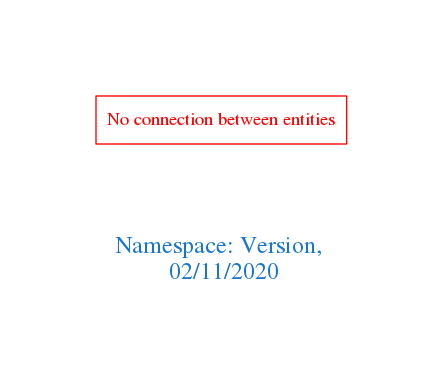
Before: downloads/Version.png, a diagram exported from Graphviz (arago/OGIT). Its source is kept beside it as downloads/Version.dot.
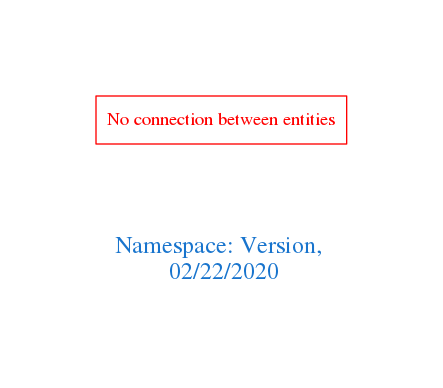
After the commit.

The edit, as a diff of the source:
```diff
@@ -1,7 +1,7 @@
 digraph OGIT_ontology {
  graph [ rankdir= LR,pad=1
 fontsize = 18,
-fontcolor= dodgerblue3,label = "\n\n\nNamespace: Version, \n 02/11/2020"];
+fontcolor= dodgerblue3,label = "\n\n\nNamespace: Version, \n 02/22/2020"];
 node[shape=polygon];
 edge [  color="gray81"];
 
```
